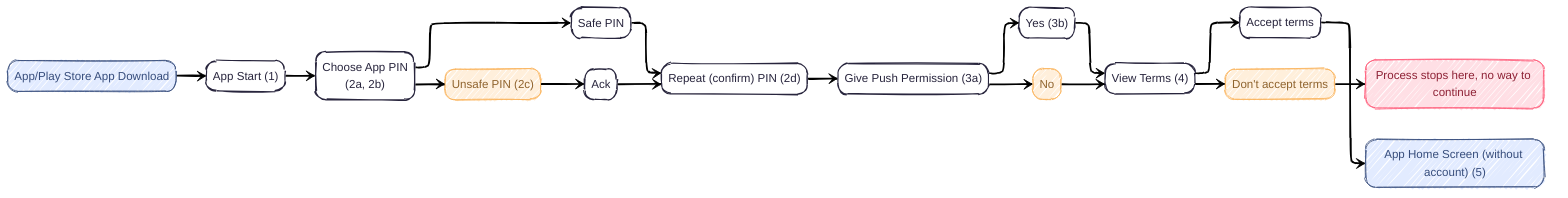
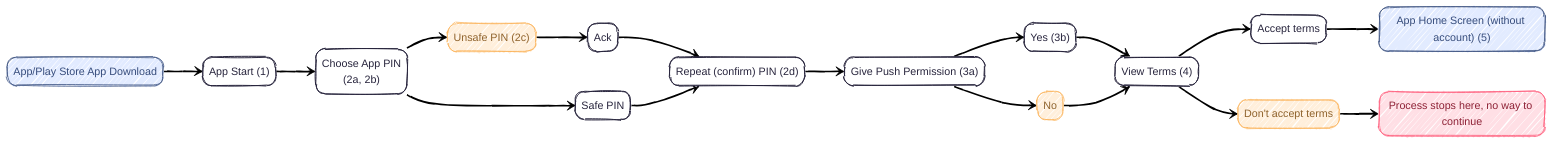
---
config:
  theme: redux
  look: handDrawn
  fontFamily: '''Inter Variable'', sans-serif'
  themeVariables:
    fontFamily: '''Inter Variable'', sans-serif'
-   layout: elk
---
stateDiagram
  direction LR
  classDef Rose stroke-width:1px,stroke-dasharray:none,stroke:#FF5978,fill:#FFDFE5,color:#8E2236;
  classDef Peach stroke-width:1px,stroke-dasharray:none,stroke:#FBB35A,fill:#FFEFDB,color:#8F632D;
  classDef Sky stroke-width:1px,stroke-dasharray:none,stroke:#374D7C,fill:#E2EBFF,color:#374D7C;
  Store --> Still
  Still --> s1
  s1 --> s2
  s1 --> s3
  s2 --> s4
  s4 --> s5
  s3 --> s5
  s5 --> s6
  s6 --> s7
  s6 --> s8
  s7 --> s9
  s8 --> s9
  s9 --> s10
  s9 --> s11
  s11 --> s12
  s10 --> s13
  Store:App/Play Store App Download
  Still:App Start (1)
  s1:Choose App PIN<br>(2a, 2b)
  s2:Unsafe PIN (2c)
  s3:Safe PIN
  s4:Ack
  s5:Repeat (confirm) PIN (2d)
  s6:Give Push Permission (3a)
  s7:Yes (3b)
  s8:No
  s9:View Terms (4)
  s10:Accept terms
  s11:Don't accept terms
  s12:Process stops here, no way to continue
  s13:App Home Screen (without account) (5)
  class s12 Rose
  class s2,s8,s11 Peach
  class Store,s13 Sky
